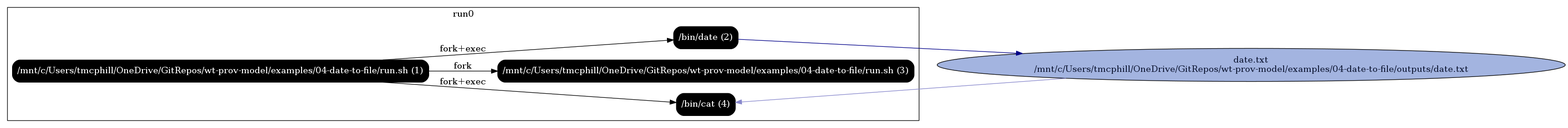
This is examples/04-date-to-file/graphs/rpz_B_processes_with_input_and_output_files.png from CIRSS/cpr, a Graphviz export, as it was before one commit. Its source is kept beside it as examples/04-date-to-file/graphs/rpz_B_processes_with_input_and_output_files.dot.
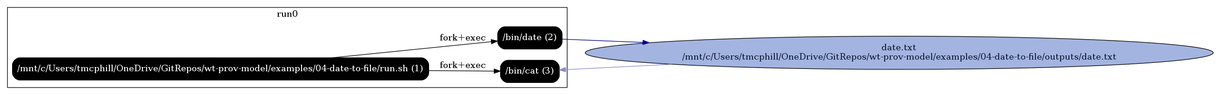
Later version of the same file.

Change to the diagram source:
```diff
@@ -8,10 +8,8 @@
         prog0 [label="/mnt/c/Users/tmcphill/OneDrive/GitRepos/wt-prov-model/examples/04-date-to-file/run.sh (1)"];
         prog1 [label="/bin/date (2)"];
         prog0 -> prog1 [label="fork+exec"];
-        prog2 [label="/mnt/c/Users/tmcphill/OneDrive/GitRepos/wt-prov-model/examples/04-date-to-file/run.sh (3)"];
-        prog0 -> prog2 [label="fork"];
-        prog3 [label="/bin/cat (4)"];
-        prog0 -> prog3 [label="fork+exec"];
+        prog2 [label="/bin/cat (3)"];
+        prog0 -> prog2 [label="fork+exec"];
     }
 
     node [shape=ellipse fontcolor="#131C39" fillcolor="#C9D2ED"];
@@ -20,5 +18,5 @@
     "/mnt/c/Users/tmcphill/OneDrive/GitRepos/wt-prov-model/examples/04-date-to-file/outputs/date.txt" [fillcolor="#A3B4E0", label="date.txt\n/mnt/c/Users/tmcphill/OneDrive/GitRepos/wt-prov-model/examples/04-date-to-file/outputs/date.txt"];
 
     prog1 -> "/mnt/c/Users/tmcphill/OneDrive/GitRepos/wt-prov-model/examples/04-date-to-file/outputs/date.txt" [color="#000088"];
-    "/mnt/c/Users/tmcphill/OneDrive/GitRepos/wt-prov-model/examples/04-date-to-file/outputs/date.txt" -> prog3 [color="#8888CC"];
+    "/mnt/c/Users/tmcphill/OneDrive/GitRepos/wt-prov-model/examples/04-date-to-file/outputs/date.txt" -> prog2 [color="#8888CC"];
 }
```
